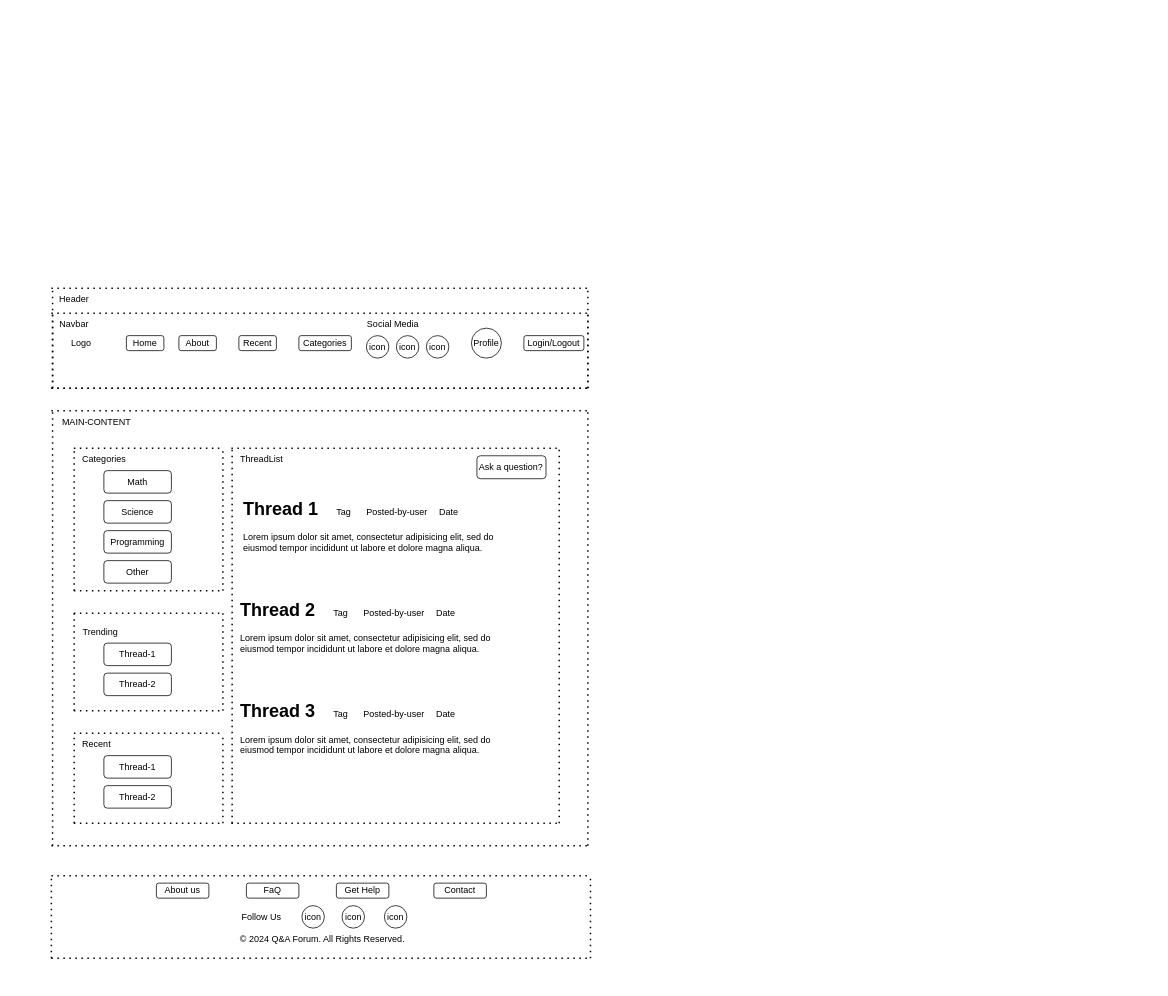
Earlier version of the draw.io diagram Biểu đồ không có tiêu đề.drawio (minhduc1222/code_learn). Source tidied: cells renumbered, new cells numbered last; positions are measured from the earlier drawing's top-left corner, leaving out a move shared by most shapes. Both pictures are drawn from the tidied source at 75%, with x=0, y=0 at pixel (51, 288).
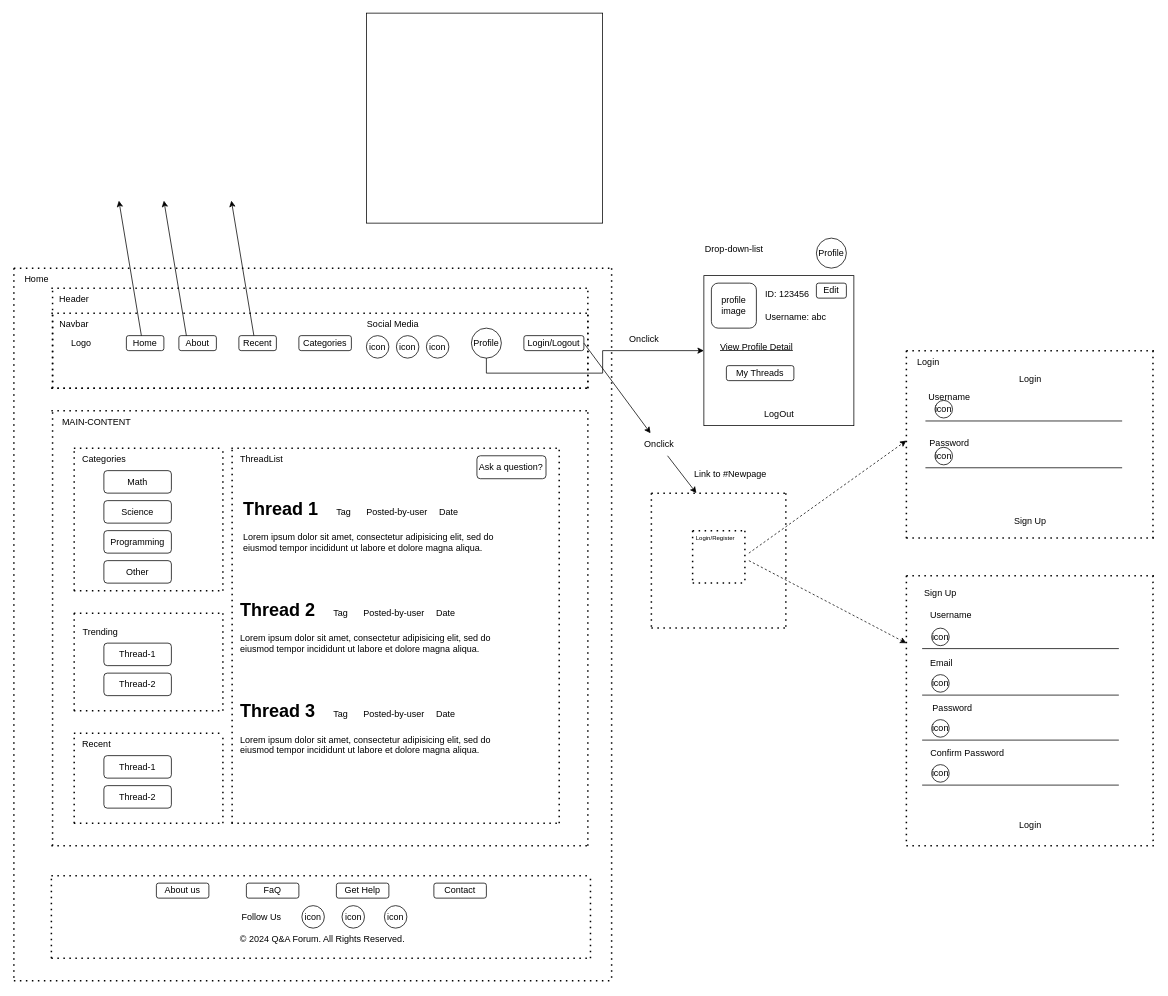
The same page after the edit.

Commit message:
Cập nhật Biểu đồ không có tiêu đề.drawio

The change refers to these unchanged cells:
```xml
<mxCell id="27" value="Profile" style="ellipse;whiteSpace=wrap;html=1;" parent="16" vertex="1">
  <mxGeometry x="560" y="53.3" width="40" height="40" as="geometry" />
</mxCell>
```

The edit, as a diff of the source:
```diff
@@
+    <mxCell id="97" style="group;" parent="1" vertex="1">
+      <mxGeometry x="-50" y="-27" width="800" height="950.9" as="geometry" />
+    </mxCell>
+    <mxCell id="98" style="endArrow=none;dashed=1;html=1;dashPattern=1 3;strokeWidth=2;rounded=0;" parent="97" edge="1">
+      <mxGeometry relative="1" as="geometry">
+        <mxPoint as="sourcePoint" />
+        <mxPoint x="800" as="targetPoint" />
+      </mxGeometry>
+    </mxCell>
+    <mxCell id="99" style="endArrow=none;dashed=1;html=1;dashPattern=1 3;strokeWidth=2;rounded=0;" parent="97" edge="1">
+      <mxGeometry relative="1" as="geometry">
+        <mxPoint y="950" as="sourcePoint" />
+        <mxPoint x="800" y="950" as="targetPoint" />
+      </mxGeometry>
+    </mxCell>
+    <mxCell id="100" style="endArrow=none;dashed=1;html=1;dashPattern=1 3;strokeWidth=2;rounded=0;" parent="97" edge="1">
+      <mxGeometry relative="1" as="geometry">
+        <mxPoint as="sourcePoint" />
+        <mxPoint y="950.9" as="targetPoint" />
+      </mxGeometry>
+    </mxCell>
+    <mxCell id="101" style="endArrow=none;dashed=1;html=1;dashPattern=1 3;strokeWidth=2;rounded=0;" parent="97" edge="1">
+      <mxGeometry relative="1" as="geometry">
+        <mxPoint x="797" as="sourcePoint" />
+        <mxPoint x="797" y="950.9" as="targetPoint" />
+      </mxGeometry>
+    </mxCell>
+    <mxCell id="102" value="Home" style="text;html=1;align=center;verticalAlign=middle;strokeColor=none;fillColor=none;" parent="97" vertex="1">
+      <mxGeometry width="60" height="30" as="geometry" />
+    </mxCell>
+    <mxCell id="103" style="whiteSpace=wrap;html=1;" parent="1" vertex="1">
+      <mxGeometry x="870" y="-17" width="200" height="200" as="geometry" />
+    </mxCell>
+    <mxCell id="104" value="profile&lt;br&gt;image" style="rounded=1;whiteSpace=wrap;html=1;" parent="1" vertex="1">
+      <mxGeometry x="880" y="-7" width="60" height="60" as="geometry" />
+    </mxCell>
+    <mxCell id="105" value="ID: 123456" style="text;html=1;align=left;verticalAlign=middle;whiteSpace=wrap;rounded=0;" parent="1" vertex="1">
+      <mxGeometry x="950" y="-7" width="80" height="30" as="geometry" />
+    </mxCell>
+    <mxCell id="106" value="Username: abc" style="text;html=1;align=left;verticalAlign=middle;whiteSpace=wrap;rounded=0;" parent="1" vertex="1">
+      <mxGeometry x="950" y="23" width="100" height="30" as="geometry" />
+    </mxCell>
+    <mxCell id="107" value="View Profile Detail" style="text;html=1;align=left;verticalAlign=middle;whiteSpace=wrap;rounded=0;fontStyle=4;" parent="1" vertex="1">
+      <mxGeometry x="890" y="63" width="100" height="30" as="geometry" />
+    </mxCell>
+    <mxCell id="108" value="Edit" style="rounded=1;whiteSpace=wrap;html=1;" parent="1" vertex="1">
+      <mxGeometry x="1020" y="-7" width="40" height="20" as="geometry" />
+    </mxCell>
+    <mxCell id="109" value="My Threads" style="rounded=1;whiteSpace=wrap;html=1;" parent="1" vertex="1">
+      <mxGeometry x="900" y="103" width="90" height="20" as="geometry" />
+    </mxCell>
+    <mxCell id="110" value="LogOut" style="text;html=1;align=center;verticalAlign=middle;strokeColor=none;fillColor=none;" parent="1" vertex="1">
+      <mxGeometry x="940" y="153" width="60" height="30" as="geometry" />
+    </mxCell>
+    <mxCell id="111" value="Profile" style="ellipse;whiteSpace=wrap;html=1;" parent="1" vertex="1">
+      <mxGeometry x="1020" y="-67" width="40" height="40" as="geometry" />
+    </mxCell>
+    <mxCell id="112" style="edgeStyle=orthogonalEdgeStyle;rounded=0;jettySize=auto;html=1;exitX=0.5;exitY=1;exitDx=0;exitDy=0;" parent="1" edge="1" source="27" target="103">
+      <mxGeometry relative="1" as="geometry" />
+    </mxCell>
+    <mxCell id="113" style="rounded=0;whiteSpace=wrap;html=1;" parent="1" vertex="1">
+      <mxGeometry x="420" y="-367" width="315" height="280" as="geometry" />
+    </mxCell>
+    <mxCell id="114" style="group;" parent="1" vertex="1">
+      <mxGeometry x="1140" y="83" width="330" height="250" as="geometry" />
+    </mxCell>
+    <mxCell id="115" style="endArrow=none;dashed=1;html=1;dashPattern=1 3;strokeWidth=2;rounded=0;" parent="114" edge="1">
+      <mxGeometry relative="1" as="geometry">
+        <mxPoint as="sourcePoint" />
+        <mxPoint x="330" as="targetPoint" />
+      </mxGeometry>
+    </mxCell>
+    <mxCell id="116" style="endArrow=none;dashed=1;html=1;dashPattern=1 3;strokeWidth=2;rounded=0;" parent="114" edge="1">
+      <mxGeometry relative="1" as="geometry">
+        <mxPoint y="249.8" as="sourcePoint" />
+        <mxPoint x="330" y="249.8" as="targetPoint" />
+      </mxGeometry>
+    </mxCell>
+    <mxCell id="117" style="endArrow=none;dashed=1;html=1;dashPattern=1 3;strokeWidth=2;rounded=0;" parent="114" edge="1">
+      <mxGeometry relative="1" as="geometry">
+        <mxPoint as="sourcePoint" />
+        <mxPoint y="250" as="targetPoint" />
+      </mxGeometry>
+    </mxCell>
+    <mxCell id="118" style="endArrow=none;dashed=1;html=1;dashPattern=1 3;strokeWidth=2;rounded=0;" parent="114" edge="1">
+      <mxGeometry relative="1" as="geometry">
+        <mxPoint x="328.8" as="sourcePoint" />
+        <mxPoint x="328.8" y="250" as="targetPoint" />
+      </mxGeometry>
+    </mxCell>
+    <mxCell id="119" value="Login" style="text;html=1;align=center;verticalAlign=middle;strokeColor=none;fillColor=none;" parent="114" vertex="1">
+      <mxGeometry x="4.2" width="50" height="30" as="geometry" />
+    </mxCell>
+    <mxCell id="120" style="endArrow=none;html=1;rounded=0;" parent="114" edge="1">
+      <mxGeometry relative="1" as="geometry">
+        <mxPoint x="25.4" y="93.8" as="sourcePoint" />
+        <mxPoint x="287.7" y="93.8" as="targetPoint" />
+      </mxGeometry>
+    </mxCell>
+    <mxCell id="121" style="endArrow=none;html=1;rounded=0;" parent="114" edge="1">
+      <mxGeometry relative="1" as="geometry">
+        <mxPoint x="25.4" y="156.2" as="sourcePoint" />
+        <mxPoint x="287.7" y="156.2" as="targetPoint" />
+      </mxGeometry>
+    </mxCell>
+    <mxCell id="122" value="Username" style="text;html=1;align=center;verticalAlign=middle;strokeColor=none;fillColor=none;" parent="114" vertex="1">
+      <mxGeometry x="16.9" y="46.9" width="80" height="30" as="geometry" />
+    </mxCell>
+    <mxCell id="123" value="Password" style="text;html=1;align=center;verticalAlign=middle;strokeColor=none;fillColor=none;" parent="114" vertex="1">
+      <mxGeometry x="16.9" y="109.4" width="80" height="30" as="geometry" />
+    </mxCell>
+    <mxCell id="124" value="icon" style="ellipse;whiteSpace=wrap;html=1;" parent="114" vertex="1">
+      <mxGeometry x="38.1" y="66.4" width="23.4" height="23.4" as="geometry" />
+    </mxCell>
+    <mxCell id="125" value="icon" style="ellipse;whiteSpace=wrap;html=1;" parent="114" vertex="1">
+      <mxGeometry x="38.1" y="128.9" width="23.4" height="23.4" as="geometry" />
+    </mxCell>
+    <mxCell id="126" value="Login" style="text;html=1;align=center;verticalAlign=middle;strokeColor=none;fillColor=none;" parent="114" vertex="1">
+      <mxGeometry x="139.6" y="23.4" width="50" height="30" as="geometry" />
+    </mxCell>
+    <mxCell id="127" value="Sign Up" style="text;html=1;align=center;verticalAlign=middle;whiteSpace=wrap;rounded=0;" parent="114" vertex="1">
+      <mxGeometry x="139.6" y="214.8" width="50.8" height="23.4" as="geometry" />
+    </mxCell>
+    <mxCell id="128" style="group;" parent="1" vertex="1">
+      <mxGeometry x="855" y="323" width="70" height="70" as="geometry" />
+    </mxCell>
+    <mxCell id="129" style="endArrow=none;dashed=1;html=1;dashPattern=1 3;strokeWidth=2;rounded=0;" parent="128" edge="1">
+      <mxGeometry relative="1" as="geometry">
+        <mxPoint as="sourcePoint" />
+        <mxPoint x="70" as="targetPoint" />
+      </mxGeometry>
+    </mxCell>
+    <mxCell id="130" style="endArrow=none;dashed=1;html=1;dashPattern=1 3;strokeWidth=2;rounded=0;" parent="128" edge="1">
+      <mxGeometry relative="1" as="geometry">
+        <mxPoint y="69.9" as="sourcePoint" />
+        <mxPoint x="70" y="69.9" as="targetPoint" />
+      </mxGeometry>
+    </mxCell>
+    <mxCell id="131" style="endArrow=none;dashed=1;html=1;dashPattern=1 3;strokeWidth=2;rounded=0;" parent="128" edge="1">
+      <mxGeometry relative="1" as="geometry">
+        <mxPoint as="sourcePoint" />
+        <mxPoint y="70" as="targetPoint" />
+      </mxGeometry>
+    </mxCell>
+    <mxCell id="132" style="endArrow=none;dashed=1;html=1;dashPattern=1 3;strokeWidth=2;rounded=0;" parent="128" edge="1">
+      <mxGeometry relative="1" as="geometry">
+        <mxPoint x="69.7" as="sourcePoint" />
+        <mxPoint x="69.7" y="70" as="targetPoint" />
+      </mxGeometry>
+    </mxCell>
+    <mxCell id="133" value="Login/Register" style="text;html=1;align=center;verticalAlign=middle;strokeColor=none;fillColor=none;fontSize=8;" parent="128" vertex="1">
+      <mxGeometry x="-10" width="80" height="20" as="geometry" />
+    </mxCell>
+    <mxCell id="134" value="Sign Up" style="text;html=1;align=center;verticalAlign=middle;strokeColor=none;fillColor=none;" parent="1" vertex="1">
+      <mxGeometry x="1150" y="391" width="70" height="30" as="geometry" />
+    </mxCell>
+    <mxCell id="135" style="endArrow=none;html=1;rounded=0;" parent="1" edge="1">
+      <mxGeometry relative="1" as="geometry">
+        <mxPoint x="1161" y="480.3" as="sourcePoint" />
+        <mxPoint x="1423.3" y="480.3" as="targetPoint" />
+      </mxGeometry>
+    </mxCell>
+    <mxCell id="136" value="icon" style="ellipse;whiteSpace=wrap;html=1;" parent="1" vertex="1">
+      <mxGeometry x="1173.7" y="453" width="23.4" height="23.4" as="geometry" />
+    </mxCell>
+    <mxCell id="137" value="Username" style="text;html=1;align=left;verticalAlign=middle;strokeColor=none;fillColor=none;" parent="1" vertex="1">
+      <mxGeometry x="1170" y="421" width="80" height="30" as="geometry" />
+    </mxCell>
+    <mxCell id="138" style="endArrow=none;html=1;rounded=0;" parent="1" edge="1">
+      <mxGeometry relative="1" as="geometry">
+        <mxPoint x="1161" y="542.3" as="sourcePoint" />
+        <mxPoint x="1423.3" y="542.3" as="targetPoint" />
+      </mxGeometry>
+    </mxCell>
+    <mxCell id="139" value="icon" style="ellipse;whiteSpace=wrap;html=1;" parent="1" vertex="1">
+      <mxGeometry x="1173.7" y="515" width="23.4" height="23.4" as="geometry" />
+    </mxCell>
+    <mxCell id="140" value="Email" style="text;html=1;align=left;verticalAlign=middle;strokeColor=none;fillColor=none;" parent="1" vertex="1">
+      <mxGeometry x="1170" y="485" width="50" height="30" as="geometry" />
+    </mxCell>
+    <mxCell id="141" style="endArrow=none;html=1;rounded=0;" parent="1" edge="1">
+      <mxGeometry relative="1" as="geometry">
+        <mxPoint x="1161" y="602.3" as="sourcePoint" />
+        <mxPoint x="1423.3" y="602.3" as="targetPoint" />
+      </mxGeometry>
+    </mxCell>
+    <mxCell id="142" value="icon" style="ellipse;whiteSpace=wrap;html=1;" parent="1" vertex="1">
+      <mxGeometry x="1173.7" y="575" width="23.4" height="23.4" as="geometry" />
+    </mxCell>
+    <mxCell id="143" value="Password" style="text;html=1;align=center;verticalAlign=middle;strokeColor=none;fillColor=none;" parent="1" vertex="1">
+      <mxGeometry x="1161" y="545" width="80" height="30" as="geometry" />
+    </mxCell>
+    <mxCell id="144" style="endArrow=none;html=1;rounded=0;" parent="1" edge="1">
+      <mxGeometry relative="1" as="geometry">
+        <mxPoint x="1161" y="662.3" as="sourcePoint" />
+        <mxPoint x="1423.3" y="662.3" as="targetPoint" />
+      </mxGeometry>
+    </mxCell>
+    <mxCell id="145" value="icon" style="ellipse;whiteSpace=wrap;html=1;" parent="1" vertex="1">
+      <mxGeometry x="1173.7" y="635" width="23.4" height="23.4" as="geometry" />
+    </mxCell>
+    <mxCell id="146" value="Confirm Password" style="text;html=1;align=center;verticalAlign=middle;strokeColor=none;fillColor=none;" parent="1" vertex="1">
+      <mxGeometry x="1161" y="605" width="120" height="30" as="geometry" />
+    </mxCell>
+    <mxCell id="147" value="Login" style="text;html=1;align=center;verticalAlign=middle;strokeColor=none;fillColor=none;" parent="1" vertex="1">
+      <mxGeometry x="1280" y="701" width="50" height="30" as="geometry" />
+    </mxCell>
+    <mxCell id="148" style="group;" parent="1" vertex="1">
+      <mxGeometry x="1140" y="383" width="330" height="360" as="geometry" />
+    </mxCell>
+    <mxCell id="149" style="endArrow=none;dashed=1;html=1;dashPattern=1 3;strokeWidth=2;rounded=0;" parent="148" edge="1">
+      <mxGeometry relative="1" as="geometry">
+        <mxPoint as="sourcePoint" />
+        <mxPoint x="330" as="targetPoint" />
+      </mxGeometry>
+    </mxCell>
+    <mxCell id="150" style="endArrow=none;dashed=1;html=1;dashPattern=1 3;strokeWidth=2;rounded=0;" parent="148" edge="1">
+      <mxGeometry relative="1" as="geometry">
+        <mxPoint y="360" as="sourcePoint" />
+        <mxPoint x="330" y="360" as="targetPoint" />
+      </mxGeometry>
+    </mxCell>
+    <mxCell id="151" style="endArrow=none;dashed=1;html=1;dashPattern=1 3;strokeWidth=2;rounded=0;" parent="148" edge="1">
+      <mxGeometry relative="1" as="geometry">
+        <mxPoint as="sourcePoint" />
+        <mxPoint y="360" as="targetPoint" />
+      </mxGeometry>
+    </mxCell>
+    <mxCell id="152" style="endArrow=none;dashed=1;html=1;dashPattern=1 3;strokeWidth=2;rounded=0;" parent="148" edge="1">
+      <mxGeometry relative="1" as="geometry">
+        <mxPoint x="328.8" as="sourcePoint" />
+        <mxPoint x="329" y="360" as="targetPoint" />
+      </mxGeometry>
+    </mxCell>
+    <mxCell id="153" style="endArrow=classic;html=1;rounded=0;" parent="1" edge="1" source="165">
+      <mxGeometry relative="1" as="geometry">
+        <mxPoint x="860" y="273" as="targetPoint" />
+      </mxGeometry>
+    </mxCell>
+    <mxCell id="154" value="Onclick" style="text;html=1;align=center;verticalAlign=middle;strokeColor=none;fillColor=none;" parent="1" vertex="1">
+      <mxGeometry x="760" y="53" width="60" height="30" as="geometry" />
+    </mxCell>
+    <mxCell id="155" style="endArrow=classic;html=1;rounded=0;dashed=1;" parent="1" edge="1">
+      <mxGeometry relative="1" as="geometry">
+        <mxPoint x="930" y="353" as="sourcePoint" />
+        <mxPoint x="1140" y="203" as="targetPoint" />
+      </mxGeometry>
+    </mxCell>
+    <mxCell id="156" style="endArrow=classic;html=1;rounded=0;dashed=1;" parent="1" edge="1">
+      <mxGeometry relative="1" as="geometry">
+        <mxPoint x="930" y="363" as="sourcePoint" />
+        <mxPoint x="1140" y="473" as="targetPoint" />
+      </mxGeometry>
+    </mxCell>
+    <mxCell id="157" style="group;" parent="1" vertex="1">
+      <mxGeometry x="800" y="273" width="180" height="180" as="geometry" />
+    </mxCell>
+    <mxCell id="158" style="endArrow=none;dashed=1;html=1;dashPattern=1 3;strokeWidth=2;rounded=0;" parent="157" edge="1">
+      <mxGeometry relative="1" as="geometry">
+        <mxPoint as="sourcePoint" />
+        <mxPoint x="180" as="targetPoint" />
+      </mxGeometry>
+    </mxCell>
+    <mxCell id="159" style="endArrow=none;dashed=1;html=1;dashPattern=1 3;strokeWidth=2;rounded=0;" parent="157" edge="1">
+      <mxGeometry relative="1" as="geometry">
+        <mxPoint y="179.8" as="sourcePoint" />
+        <mxPoint x="180" y="179.8" as="targetPoint" />
+      </mxGeometry>
+    </mxCell>
+    <mxCell id="160" style="endArrow=none;dashed=1;html=1;dashPattern=1 3;strokeWidth=2;rounded=0;" parent="157" edge="1">
+      <mxGeometry relative="1" as="geometry">
+        <mxPoint as="sourcePoint" />
+        <mxPoint y="180" as="targetPoint" />
+      </mxGeometry>
+    </mxCell>
+    <mxCell id="161" style="endArrow=none;dashed=1;html=1;dashPattern=1 3;strokeWidth=2;rounded=0;" parent="157" edge="1">
+      <mxGeometry relative="1" as="geometry">
+        <mxPoint x="179.3" as="sourcePoint" />
+        <mxPoint x="179.3" y="180" as="targetPoint" />
+      </mxGeometry>
+    </mxCell>
+    <mxCell id="162" value="Drop-down-list" style="text;html=1;align=center;verticalAlign=middle;strokeColor=none;fillColor=none;" parent="1" vertex="1">
+      <mxGeometry x="860" y="-67" width="100" height="30" as="geometry" />
+    </mxCell>
+    <mxCell id="163" value="Link to #Newpage" style="text;html=1;align=center;verticalAlign=middle;strokeColor=none;fillColor=none;" parent="1" vertex="1">
+      <mxGeometry x="845" y="233" width="120" height="30" as="geometry" />
+    </mxCell>
+    <mxCell id="164" style="endArrow=classic;html=1;rounded=0;" parent="1" edge="1" target="165">
+      <mxGeometry relative="1" as="geometry">
+        <mxPoint x="710" y="73" as="sourcePoint" />
+      </mxGeometry>
+    </mxCell>
+    <mxCell id="165" value="Onclick" style="text;html=1;align=center;verticalAlign=middle;points=[];strokeColor=none;fillColor=none;" parent="1" vertex="1">
+      <mxGeometry x="780" y="193.2" width="60" height="30" as="geometry" />
+    </mxCell>
+    <mxCell id="166" style="endArrow=classic;html=1;rounded=0;" parent="1" edge="1">
+      <mxGeometry relative="1" as="geometry">
+        <mxPoint x="120" y="63" as="sourcePoint" />
+        <mxPoint x="90" y="-117" as="targetPoint" />
+      </mxGeometry>
+    </mxCell>
+    <mxCell id="167" style="endArrow=classic;html=1;rounded=0;" parent="1" edge="1">
+      <mxGeometry relative="1" as="geometry">
+        <mxPoint x="180" y="63" as="sourcePoint" />
+        <mxPoint x="150" y="-117" as="targetPoint" />
+      </mxGeometry>
+    </mxCell>
+    <mxCell id="168" style="endArrow=classic;html=1;rounded=0;" parent="1" edge="1">
+      <mxGeometry relative="1" as="geometry">
+        <mxPoint x="270" y="63" as="sourcePoint" />
+        <mxPoint x="240" y="-117" as="targetPoint" />
+      </mxGeometry>
+    </mxCell>
```
